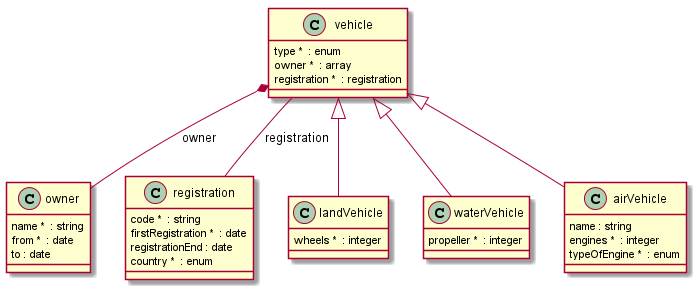
armand-janssen/openapi-transformer keeps this PlantUML diagram as example/vehicle.png. Above is the earlier version.
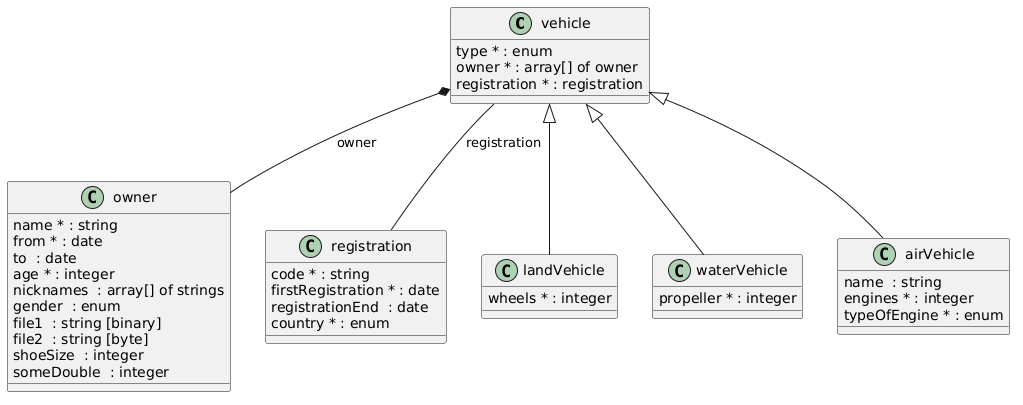
Later version of the same file.

What changed in the source:
```diff
@@ -1,42 +1,53 @@
 @startuml
 
 class vehicle {
-  type *  : enum
-  owner *  : array
-  registration *  : registration
+  type * : enum
+  owner * : array[] of owner
+  registration * : registration
+
 }
-
-vehicle *-- owner : owner
-
-vehicle -- registration : registration
+vehicle *-- owner  :  owner
+vehicle -- registration  :  registration
 
 class landVehicle {
-  wheels *  : integer
+  wheels * : integer
+
 }
 vehicle <|-- landVehicle
 
 class waterVehicle {
-  propeller *  : integer
+  propeller * : integer
+
 }
 vehicle <|-- waterVehicle
 
 class airVehicle {
-  name : string
-  engines *  : integer
-  typeOfEngine *  : enum
+  name  : string
+  engines * : integer
+  typeOfEngine * : enum
+
 }
 vehicle <|-- airVehicle
 
 class owner {
-  name *  : string
-  from *  : date
-  to : date
+  name * : string
+  from * : date
+  to  : date
+  age * : integer
+  nicknames  : array[] of strings
+  gender  : enum
+  file1  : string [binary]
+  file2  : string [byte]
+  shoeSize  : integer
+  someDouble  : integer
+
 }
 
 class registration {
-  code *  : string
-  firstRegistration *  : date
-  registrationEnd : date
-  country *  : enum
+  code * : string
+  firstRegistration * : date
+  registrationEnd  : date
+  country * : enum
+
 }
 @enduml
```
